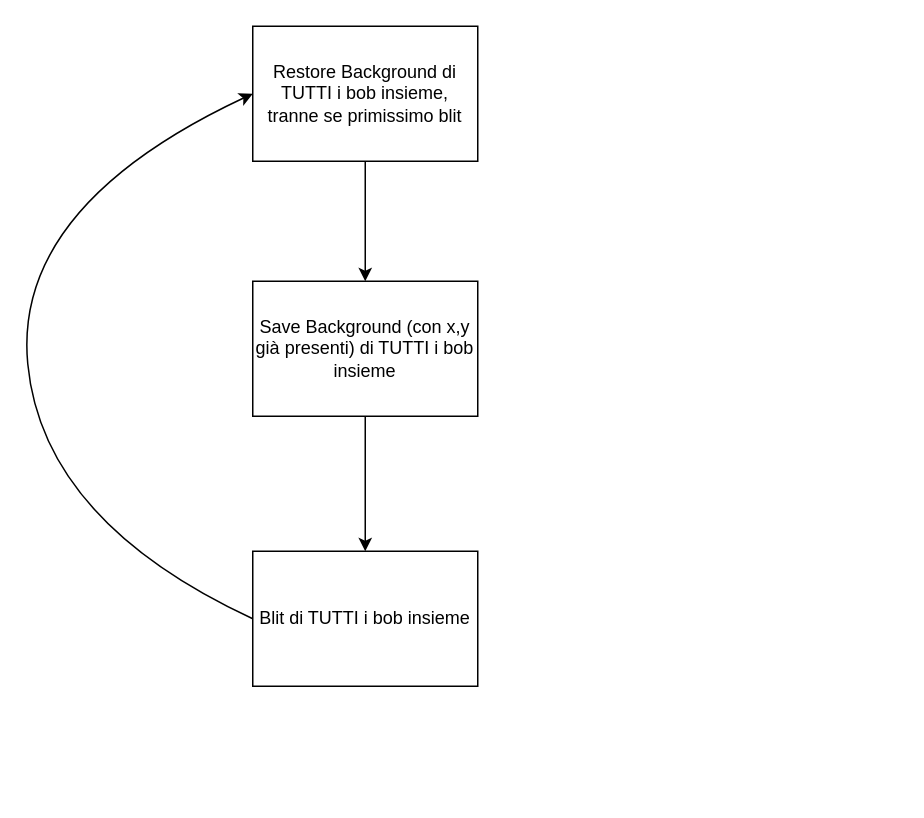
Above: docs/BobMachinery.drawio in coppersoft/planar (draw.io), before the change. Source tidied: cells renumbered, new cells numbered last; positions are measured from the earlier drawing's top-left corner, leaving out a move shared by most shapes. Both pictures are drawn from the tidied source at 150%, with x=0, y=0 at pixel (12, 26).
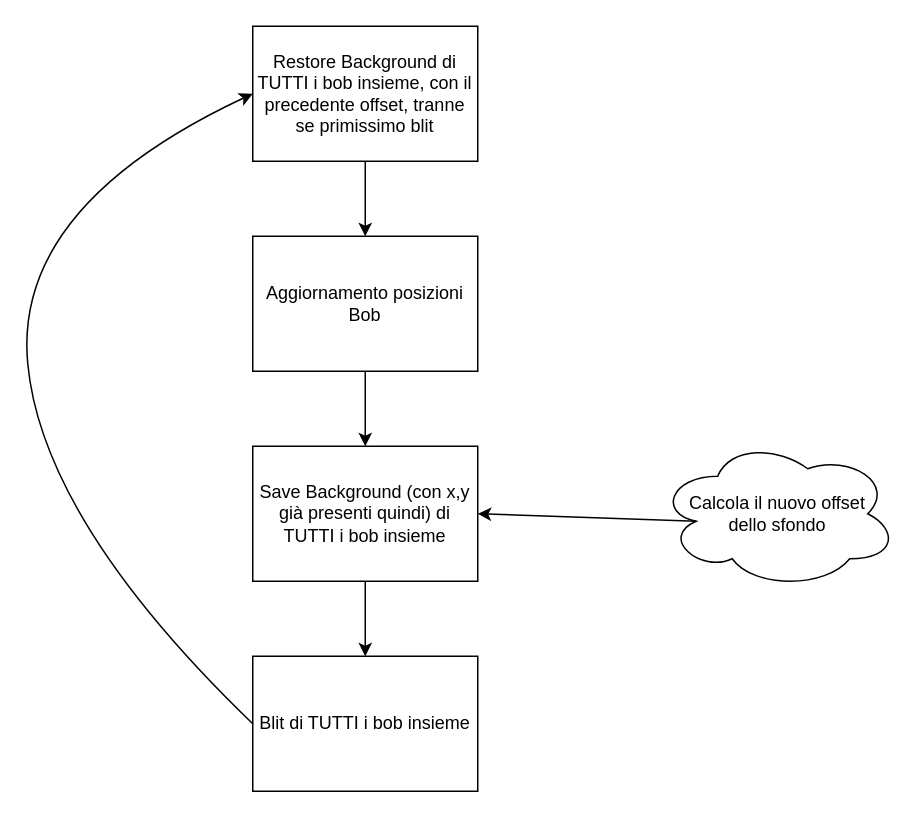
The same diagram, later.

Commit message (it also covers changes not shown here):
Bobmachinery e pulizia dino

Change to the diagram source:
```diff
@@
 <mxGraphModel>
   <root>
     <mxCell id="0" />
     <mxCell id="1" parent="0" />
-    <mxCell id="2" value="Restore Background di TUTTI i bob insieme, tranne se primissimo blit" style="rounded=0;whiteSpace=wrap;html=1;" parent="1" vertex="1">
+    <mxCell id="2" value="Restore Background di TUTTI i bob insieme, con il precedente offset, tranne se primissimo blit" style="rounded=0;whiteSpace=wrap;html=1;" parent="1" vertex="1">
       <mxGeometry x="160" width="150" height="90" as="geometry" />
     </mxCell>
+    <mxCell id="8" style="edgeStyle=orthogonalEdgeStyle;rounded=0;jettySize=auto;html=1;exitX=0.5;exitY=1;exitDx=0;exitDy=0;" parent="1" edge="1" source="9" target="3">
+      <mxGeometry relative="1" as="geometry" />
+    </mxCell>
-    <mxCell id="3" value="Save Background (con x,y già presenti) di TUTTI i bob insieme&lt;br&gt;" style="rounded=0;whiteSpace=wrap;html=1;" parent="1" vertex="1">
-      <mxGeometry x="160" y="170" width="150" height="90" as="geometry" />
+    <mxCell id="3" value="Save Background (con x,y già presenti quindi) di TUTTI i bob insieme" style="rounded=0;whiteSpace=wrap;html=1;" parent="1" vertex="1">
+      <mxGeometry x="160" y="280" width="150" height="90" as="geometry" />
     </mxCell>
     <mxCell id="4" value="Blit di TUTTI i bob insieme" style="rounded=0;whiteSpace=wrap;html=1;" parent="1" vertex="1">
-      <mxGeometry x="160" y="350" width="150" height="90" as="geometry" />
+      <mxGeometry x="160" y="420" width="150" height="90" as="geometry" />
     </mxCell>
-    <mxCell id="5" style="endArrow=classic;html=1;exitX=0.5;exitY=1;exitDx=0;exitDy=0;entryX=0.5;entryY=0;entryDx=0;entryDy=0;" parent="1" edge="1" source="2" target="3">
+    <mxCell id="5" style="endArrow=classic;html=1;exitX=0.5;exitY=1;exitDx=0;exitDy=0;entryX=0.5;entryY=0;entryDx=0;entryDy=0;" parent="1" edge="1" source="2" target="9">
       <mxGeometry relative="1" as="geometry" />
     </mxCell>
     <mxCell id="6" style="endArrow=classic;html=1;exitX=0.5;exitY=1;exitDx=0;exitDy=0;entryX=0.5;entryY=0;entryDx=0;entryDy=0;" parent="1" edge="1" source="3" target="4">
       <mxGeometry relative="1" as="geometry" />
     </mxCell>
     <mxCell id="7" style="curved=1;endArrow=classic;html=1;exitX=0;exitY=0.5;exitDx=0;exitDy=0;entryX=0;entryY=0.5;entryDx=0;entryDy=0;" parent="1" edge="1" source="4" target="2">
       <mxGeometry relative="1" as="geometry">
         <Array as="points">
           <mxPoint x="20" y="330" />
           <mxPoint y="120" />
         </Array>
       </mxGeometry>
     </mxCell>
+    <mxCell id="9" value="Aggiornamento posizioni Bob" style="rounded=0;whiteSpace=wrap;html=1;" parent="1" vertex="1">
+      <mxGeometry x="160" y="140" width="150" height="90" as="geometry" />
+    </mxCell>
+    <mxCell id="10" value="Calcola il nuovo offset&lt;br&gt;dello sfondo" style="ellipse;shape=cloud;whiteSpace=wrap;html=1;" parent="1" vertex="1">
+      <mxGeometry x="430" y="275" width="160" height="100" as="geometry" />
+    </mxCell>
+    <mxCell id="11" style="endArrow=classic;html=1;exitX=0.16;exitY=0.55;exitDx=0;exitDy=0;exitPerimeter=0;entryX=1;entryY=0.5;entryDx=0;entryDy=0;" parent="1" edge="1" source="10" target="3">
+      <mxGeometry relative="1" as="geometry" />
+    </mxCell>
   </root>
 </mxGraphModel>
```
